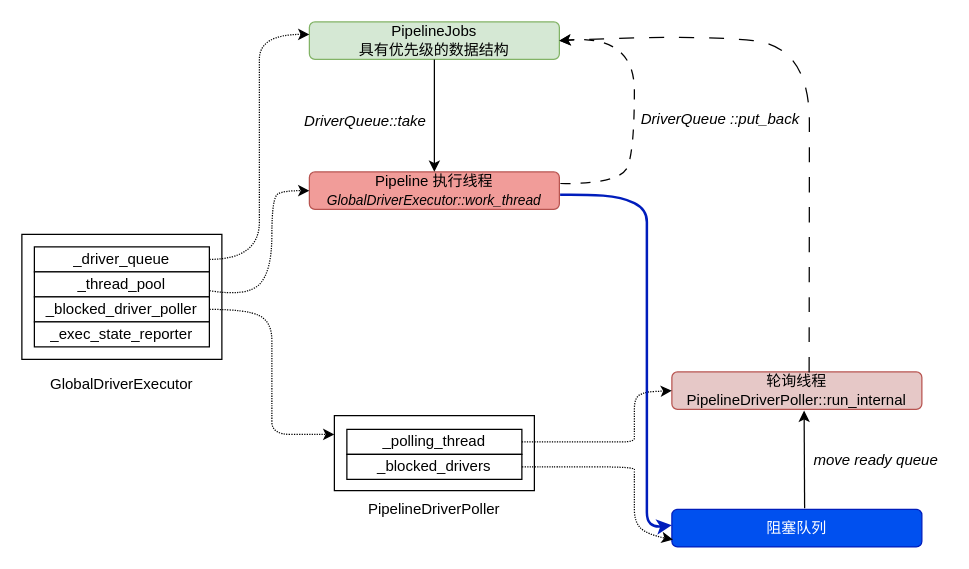
The draw.io diagram StarRocks/pipeline-1.drawio in szza/szza.github.io.images, before the edit. Source tidied: cells renumbered, new cells numbered last; positions are measured from the earlier drawing's top-left corner, leaving out a move shared by most shapes. Both pictures are drawn from the tidied source at 125%, with x=0, y=0 at pixel (21, 21).
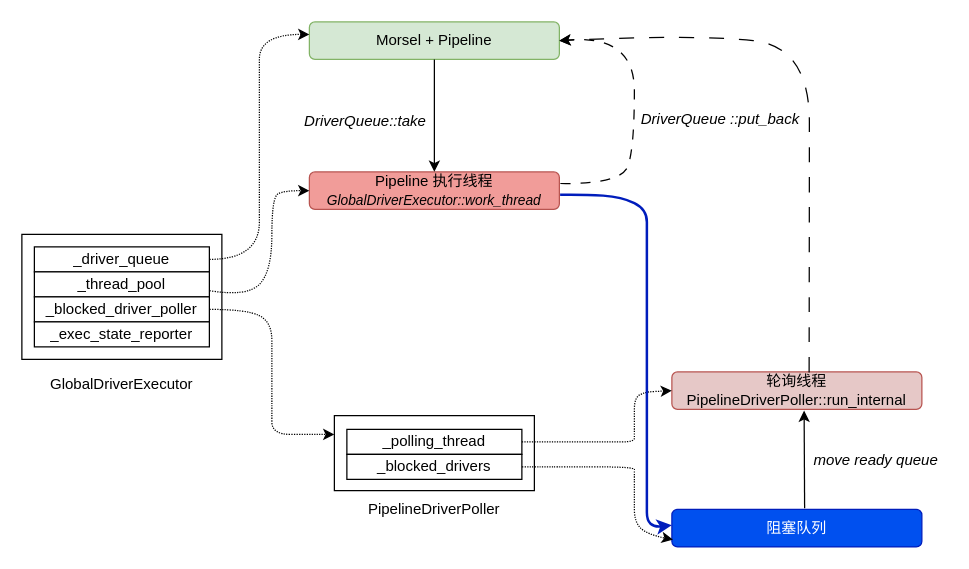
The same diagram, later.

What changed in the source:
```diff
@@
-    <mxCell id="15" value="PipelineJobs &lt;br&gt;具有优先级的数据结构" style="rounded=1;whiteSpace=wrap;html=1;fillColor=#d5e8d4;strokeColor=#82b366;" parent="1" vertex="1">
+    <mxCell id="15" value="Morsel + Pipeline" style="rounded=1;whiteSpace=wrap;html=1;fillColor=#d5e8d4;strokeColor=#82b366;" parent="1" vertex="1">
       <mxGeometry x="230" width="200" height="30" as="geometry" />
     </mxCell>
```
